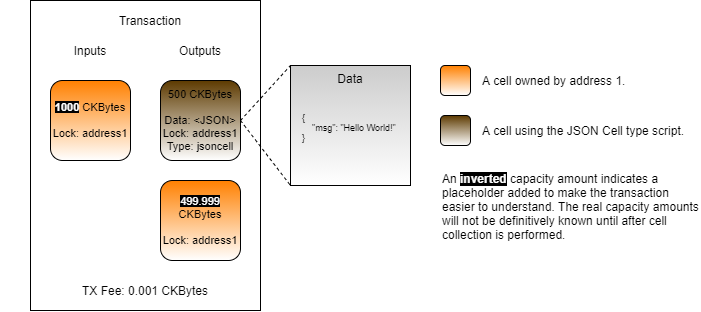
Before: .gitbook/assets/create-transaction-structure (4).png, a diagram exported from draw.io (jordanmack/developer-training-course-documentation). Source tidied: cells renumbered, new cells last; positions are measured from the earlier drawing's top-left corner, leaving out a move shared by most shapes. The source it was exported from:
```xml
<mxGraphModel>
  <root>
    <mxCell id="0" />
    <mxCell id="1" parent="0" />
    <mxCell id="2" style="rounded=0;whiteSpace=wrap;html=1;" parent="1" vertex="1">
      <mxGeometry x="30" width="230" height="310" as="geometry" />
    </mxCell>
    <mxCell id="3" value="Transaction" style="text;html=1;strokeColor=none;fillColor=none;align=center;verticalAlign=middle;whiteSpace=wrap;rounded=0;" parent="1" vertex="1">
      <mxGeometry y="10" width="300" height="20" as="geometry" />
    </mxCell>
    <mxCell id="4" value="Inputs" style="text;html=1;strokeColor=none;fillColor=none;align=center;verticalAlign=middle;whiteSpace=wrap;rounded=0;" parent="1" vertex="1">
      <mxGeometry x="55" y="40" width="70" height="20" as="geometry" />
    </mxCell>
    <mxCell id="5" value="Outputs" style="text;html=1;strokeColor=none;fillColor=none;align=center;verticalAlign=middle;whiteSpace=wrap;rounded=0;" parent="1" vertex="1">
      <mxGeometry x="165" y="40" width="70" height="20" as="geometry" />
    </mxCell>
    <mxCell id="6" value="TX Fee: 0.001 CKBytes" style="text;html=1;strokeColor=none;fillColor=none;align=center;verticalAlign=middle;whiteSpace=wrap;rounded=0;" parent="1" vertex="1">
      <mxGeometry x="45" y="280" width="200" height="20" as="geometry" />
    </mxCell>
    <mxCell id="7" value="500 CKBytes&lt;br&gt;&lt;br&gt;Data: &amp;lt;JSON&amp;gt;&lt;br&gt;Lock: address1&lt;br&gt;Type: jsoncell" style="rounded=1;whiteSpace=wrap;html=1;fontSize=11;gradientColor=#ffffff;fillColor=#5D3A00;" parent="1" vertex="1">
      <mxGeometry x="160" y="80" width="80" height="80" as="geometry" />
    </mxCell>
    <mxCell id="8" value="&lt;b&gt;&lt;font style=&quot;background-color: rgb(0 , 0 , 0)&quot; color=&quot;#ffffff&quot;&gt;1000&lt;/font&gt;&lt;/b&gt;&amp;nbsp;CKBytes&lt;br&gt;&lt;br&gt;Lock: address1" style="rounded=1;whiteSpace=wrap;html=1;fontSize=11;gradientColor=#ffffff;fillColor=#FF8000;" parent="1" vertex="1">
      <mxGeometry x="50" y="80" width="80" height="80" as="geometry" />
    </mxCell>
    <mxCell id="9" value="&lt;font color=&quot;#ffffff&quot; style=&quot;background-color: rgb(0 , 0 , 0)&quot;&gt;499.999&lt;/font&gt; CKBytes&lt;br&gt;&lt;br&gt;Lock: address1" style="rounded=1;whiteSpace=wrap;html=1;fontSize=11;gradientColor=#ffffff;fillColor=#FF8000;" parent="1" vertex="1">
      <mxGeometry x="160" y="180" width="80" height="80" as="geometry" />
    </mxCell>
    <mxCell id="10" style="rounded=1;whiteSpace=wrap;html=1;gradientColor=#ffffff;fillColor=#5D3A00;" parent="1" vertex="1">
      <mxGeometry x="440" y="115" width="30" height="30" as="geometry" />
    </mxCell>
    <mxCell id="11" style="rounded=1;whiteSpace=wrap;html=1;gradientColor=#ffffff;fillColor=#FF8000;" parent="1" vertex="1">
      <mxGeometry x="440" y="65" width="30" height="30" as="geometry" />
    </mxCell>
    <mxCell id="12" value="A cell owned by address 1." style="text;html=1;strokeColor=none;fillColor=none;align=left;verticalAlign=middle;whiteSpace=wrap;rounded=0;dashed=1;" parent="1" vertex="1">
      <mxGeometry x="480" y="70" width="220" height="20" as="geometry" />
    </mxCell>
    <mxCell id="13" value="A cell using the JSON Cell type script." style="text;html=1;strokeColor=none;fillColor=none;align=left;verticalAlign=middle;whiteSpace=wrap;rounded=0;dashed=1;" parent="1" vertex="1">
      <mxGeometry x="480" y="120" width="220" height="20" as="geometry" />
    </mxCell>
    <mxCell id="14" value="An&amp;nbsp;&lt;b&gt;&lt;font color=&quot;#ffffff&quot; style=&quot;background-color: rgb(0 , 0 , 0)&quot;&gt;inverted&lt;/font&gt;&lt;font color=&quot;#7f00ff&quot;&gt;&amp;nbsp;&lt;/font&gt;&lt;/b&gt;capacity amount indicates a placeholder added to make the transaction easier to understand. The real capacity amounts will not be definitively known until after cell collection is performed." style="text;html=1;strokeColor=none;fillColor=none;align=left;verticalAlign=top;whiteSpace=wrap;rounded=0;dashed=1;" parent="1" vertex="1">
      <mxGeometry x="440" y="165" width="260" height="80" as="geometry" />
    </mxCell>
    <mxCell id="15" value="&lt;div&gt;&lt;span&gt;Data&lt;/span&gt;&lt;/div&gt;" style="rounded=0;whiteSpace=wrap;html=1;gradientColor=#ffffff;fillColor=#CCCCCC;verticalAlign=top;align=center;" parent="1" vertex="1">
      <mxGeometry x="290" y="65" width="120" height="120" as="geometry" />
    </mxCell>
    <mxCell id="16" style="endArrow=none;dashed=1;html=1;exitX=1;exitY=0.5;exitDx=0;exitDy=0;entryX=0;entryY=0;entryDx=0;entryDy=0;" parent="1" edge="1" source="7" target="15">
      <mxGeometry relative="1" as="geometry" />
    </mxCell>
    <mxCell id="17" style="endArrow=none;dashed=1;html=1;exitX=1;exitY=0.5;exitDx=0;exitDy=0;entryX=0;entryY=1;entryDx=0;entryDy=0;" parent="1" edge="1" source="7" target="15">
      <mxGeometry relative="1" as="geometry" />
    </mxCell>
    <mxCell id="18" value="&lt;font style=&quot;font-size: 9px;&quot;&gt;{&lt;br style=&quot;font-size: 9px;&quot;&gt;&amp;nbsp; &amp;nbsp; &quot;msg&quot;: &quot;Hello World!&quot;&lt;br style=&quot;font-size: 9px;&quot;&gt;}&lt;/font&gt;" style="text;html=1;strokeColor=none;fillColor=none;align=left;verticalAlign=middle;whiteSpace=wrap;rounded=0;fontSize=9;" parent="1" vertex="1">
      <mxGeometry x="300" y="105" width="100" height="45" as="geometry" />
    </mxCell>
  </root>
</mxGraphModel>
```
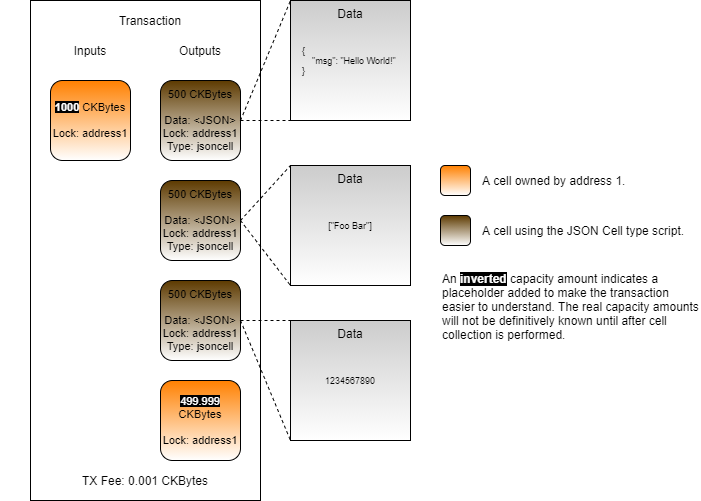
Above is the later version.

Diff of the diagram source:
```diff
@@ -3,7 +3,7 @@
     <mxCell id="0" />
     <mxCell id="1" parent="0" />
     <mxCell id="2" style="rounded=0;whiteSpace=wrap;html=1;" parent="1" vertex="1">
-      <mxGeometry x="30" width="230" height="310" as="geometry" />
+      <mxGeometry x="30" width="230" height="500" as="geometry" />
     </mxCell>
     <mxCell id="3" value="Transaction" style="text;html=1;strokeColor=none;fillColor=none;align=center;verticalAlign=middle;whiteSpace=wrap;rounded=0;" parent="1" vertex="1">
       <mxGeometry y="10" width="300" height="20" as="geometry" />
@@ -15,7 +15,7 @@
       <mxGeometry x="165" y="40" width="70" height="20" as="geometry" />
     </mxCell>
     <mxCell id="6" value="TX Fee: 0.001 CKBytes" style="text;html=1;strokeColor=none;fillColor=none;align=center;verticalAlign=middle;whiteSpace=wrap;rounded=0;" parent="1" vertex="1">
-      <mxGeometry x="45" y="280" width="200" height="20" as="geometry" />
+      <mxGeometry x="45" y="470" width="200" height="20" as="geometry" />
     </mxCell>
     <mxCell id="7" value="500 CKBytes&lt;br&gt;&lt;br&gt;Data: &amp;lt;JSON&amp;gt;&lt;br&gt;Lock: address1&lt;br&gt;Type: jsoncell" style="rounded=1;whiteSpace=wrap;html=1;fontSize=11;gradientColor=#ffffff;fillColor=#5D3A00;" parent="1" vertex="1">
       <mxGeometry x="160" y="80" width="80" height="80" as="geometry" />
@@ -24,25 +24,25 @@
       <mxGeometry x="50" y="80" width="80" height="80" as="geometry" />
     </mxCell>
     <mxCell id="9" value="&lt;font color=&quot;#ffffff&quot; style=&quot;background-color: rgb(0 , 0 , 0)&quot;&gt;499.999&lt;/font&gt; CKBytes&lt;br&gt;&lt;br&gt;Lock: address1" style="rounded=1;whiteSpace=wrap;html=1;fontSize=11;gradientColor=#ffffff;fillColor=#FF8000;" parent="1" vertex="1">
-      <mxGeometry x="160" y="180" width="80" height="80" as="geometry" />
+      <mxGeometry x="160" y="380" width="80" height="80" as="geometry" />
     </mxCell>
     <mxCell id="10" style="rounded=1;whiteSpace=wrap;html=1;gradientColor=#ffffff;fillColor=#5D3A00;" parent="1" vertex="1">
-      <mxGeometry x="440" y="115" width="30" height="30" as="geometry" />
+      <mxGeometry x="440" y="215" width="30" height="30" as="geometry" />
     </mxCell>
     <mxCell id="11" style="rounded=1;whiteSpace=wrap;html=1;gradientColor=#ffffff;fillColor=#FF8000;" parent="1" vertex="1">
-      <mxGeometry x="440" y="65" width="30" height="30" as="geometry" />
+      <mxGeometry x="440" y="165" width="30" height="30" as="geometry" />
     </mxCell>
     <mxCell id="12" value="A cell owned by address 1." style="text;html=1;strokeColor=none;fillColor=none;align=left;verticalAlign=middle;whiteSpace=wrap;rounded=0;dashed=1;" parent="1" vertex="1">
-      <mxGeometry x="480" y="70" width="220" height="20" as="geometry" />
+      <mxGeometry x="480" y="170" width="220" height="20" as="geometry" />
     </mxCell>
     <mxCell id="13" value="A cell using the JSON Cell type script." style="text;html=1;strokeColor=none;fillColor=none;align=left;verticalAlign=middle;whiteSpace=wrap;rounded=0;dashed=1;" parent="1" vertex="1">
-      <mxGeometry x="480" y="120" width="220" height="20" as="geometry" />
+      <mxGeometry x="480" y="220" width="220" height="20" as="geometry" />
     </mxCell>
     <mxCell id="14" value="An&amp;nbsp;&lt;b&gt;&lt;font color=&quot;#ffffff&quot; style=&quot;background-color: rgb(0 , 0 , 0)&quot;&gt;inverted&lt;/font&gt;&lt;font color=&quot;#7f00ff&quot;&gt;&amp;nbsp;&lt;/font&gt;&lt;/b&gt;capacity amount indicates a placeholder added to make the transaction easier to understand. The real capacity amounts will not be definitively known until after cell collection is performed." style="text;html=1;strokeColor=none;fillColor=none;align=left;verticalAlign=top;whiteSpace=wrap;rounded=0;dashed=1;" parent="1" vertex="1">
-      <mxGeometry x="440" y="165" width="260" height="80" as="geometry" />
+      <mxGeometry x="440" y="265" width="260" height="80" as="geometry" />
     </mxCell>
     <mxCell id="15" value="&lt;div&gt;&lt;span&gt;Data&lt;/span&gt;&lt;/div&gt;" style="rounded=0;whiteSpace=wrap;html=1;gradientColor=#ffffff;fillColor=#CCCCCC;verticalAlign=top;align=center;" parent="1" vertex="1">
-      <mxGeometry x="290" y="65" width="120" height="120" as="geometry" />
+      <mxGeometry x="290" width="120" height="120" as="geometry" />
     </mxCell>
     <mxCell id="16" style="endArrow=none;dashed=1;html=1;exitX=1;exitY=0.5;exitDx=0;exitDy=0;entryX=0;entryY=0;entryDx=0;entryDy=0;" parent="1" edge="1" source="7" target="15">
       <mxGeometry relative="1" as="geometry" />
@@ -51,7 +51,37 @@
       <mxGeometry relative="1" as="geometry" />
     </mxCell>
     <mxCell id="18" value="&lt;font style=&quot;font-size: 9px;&quot;&gt;{&lt;br style=&quot;font-size: 9px;&quot;&gt;&amp;nbsp; &amp;nbsp; &quot;msg&quot;: &quot;Hello World!&quot;&lt;br style=&quot;font-size: 9px;&quot;&gt;}&lt;/font&gt;" style="text;html=1;strokeColor=none;fillColor=none;align=left;verticalAlign=middle;whiteSpace=wrap;rounded=0;fontSize=9;" parent="1" vertex="1">
-      <mxGeometry x="300" y="105" width="100" height="45" as="geometry" />
+      <mxGeometry x="300" y="37.5" width="100" height="45" as="geometry" />
     </mxCell>
+    <mxCell id="19" value="500 CKBytes&lt;br&gt;&lt;br&gt;Data: &amp;lt;JSON&amp;gt;&lt;br&gt;Lock: address1&lt;br&gt;Type: jsoncell" style="rounded=1;whiteSpace=wrap;html=1;fontSize=11;gradientColor=#ffffff;fillColor=#5D3A00;" parent="1" vertex="1">
+      <mxGeometry x="160" y="280" width="80" height="80" as="geometry" />
+    </mxCell>
+    <mxCell id="20" value="&lt;div&gt;&lt;span&gt;Data&lt;/span&gt;&lt;/div&gt;" style="rounded=0;whiteSpace=wrap;html=1;gradientColor=#ffffff;fillColor=#CCCCCC;verticalAlign=top;align=center;" parent="1" vertex="1">
+      <mxGeometry x="290" y="320" width="120" height="120" as="geometry" />
+    </mxCell>
+    <mxCell id="21" style="endArrow=none;dashed=1;html=1;exitX=1;exitY=0.5;exitDx=0;exitDy=0;entryX=0;entryY=0;entryDx=0;entryDy=0;" parent="1" edge="1" source="19" target="20">
+      <mxGeometry relative="1" as="geometry" />
+    </mxCell>
+    <mxCell id="22" style="endArrow=none;dashed=1;html=1;exitX=1;exitY=0.5;exitDx=0;exitDy=0;entryX=0;entryY=1;entryDx=0;entryDy=0;" parent="1" edge="1" source="19" target="20">
+      <mxGeometry relative="1" as="geometry" />
+    </mxCell>
+    <mxCell id="23" value="500 CKBytes&lt;br&gt;&lt;br&gt;Data: &amp;lt;JSON&amp;gt;&lt;br&gt;Lock: address1&lt;br&gt;Type: jsoncell" style="rounded=1;whiteSpace=wrap;html=1;fontSize=11;gradientColor=#ffffff;fillColor=#5D3A00;" parent="1" vertex="1">
+      <mxGeometry x="160" y="180" width="80" height="80" as="geometry" />
+    </mxCell>
+    <mxCell id="24" value="&lt;div&gt;&lt;span&gt;Data&lt;/span&gt;&lt;/div&gt;" style="rounded=0;whiteSpace=wrap;html=1;gradientColor=#ffffff;fillColor=#CCCCCC;verticalAlign=top;align=center;" parent="1" vertex="1">
+      <mxGeometry x="290" y="165" width="120" height="120" as="geometry" />
+    </mxCell>
+    <mxCell id="25" style="endArrow=none;dashed=1;html=1;exitX=1;exitY=0.5;exitDx=0;exitDy=0;entryX=0;entryY=0;entryDx=0;entryDy=0;" parent="1" edge="1" source="23" target="24">
+      <mxGeometry relative="1" as="geometry" />
+    </mxCell>
+    <mxCell id="26" style="endArrow=none;dashed=1;html=1;exitX=1;exitY=0.5;exitDx=0;exitDy=0;entryX=0;entryY=1;entryDx=0;entryDy=0;" parent="1" edge="1" source="23" target="24">
+      <mxGeometry relative="1" as="geometry" />
+    </mxCell>
+    <mxCell id="27" value="[&quot;Foo Bar&quot;]" style="text;html=1;strokeColor=none;fillColor=none;align=center;verticalAlign=middle;whiteSpace=wrap;rounded=0;fontSize=9;" parent="1" vertex="1">
+      <mxGeometry x="300" y="202.5" width="100" height="45" as="geometry" />
+    </mxCell>
+    <mxCell id="28" value="1234567890" style="text;html=1;strokeColor=none;fillColor=none;align=center;verticalAlign=middle;whiteSpace=wrap;rounded=0;fontSize=9;" parent="1" vertex="1">
+      <mxGeometry x="300" y="357.5" width="100" height="45" as="geometry" />
+    </mxCell>
   </root>
 </mxGraphModel>
```
